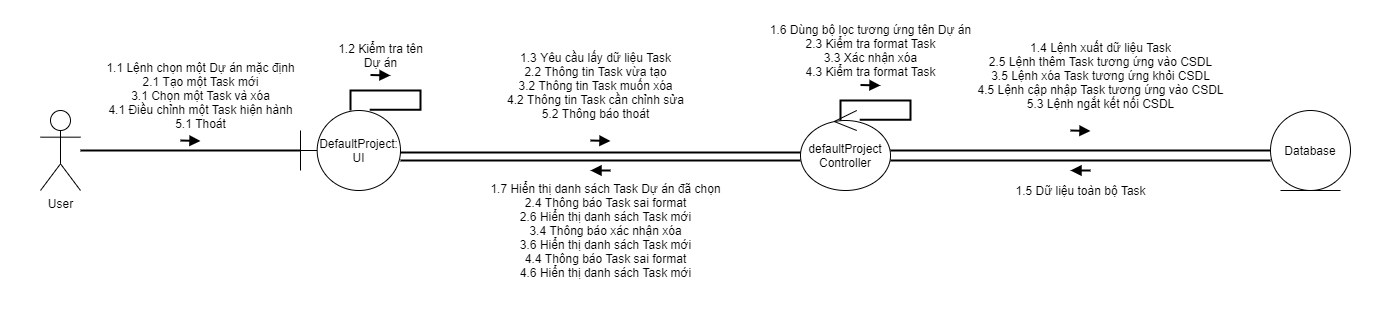
This is ToDoApp-Doc/Document/Diagram/Collaboration Diagram/DefaultProjectManagement/CollaborationDiagram_DefaultProjectManagement.png from Merevoli-DatLuu/To-Do-App, a draw.io export, as it was before one commit. Source tidied: cells renumbered, new cells last; positions are measured from the earlier drawing's top-left corner, leaving out a move shared by most shapes.
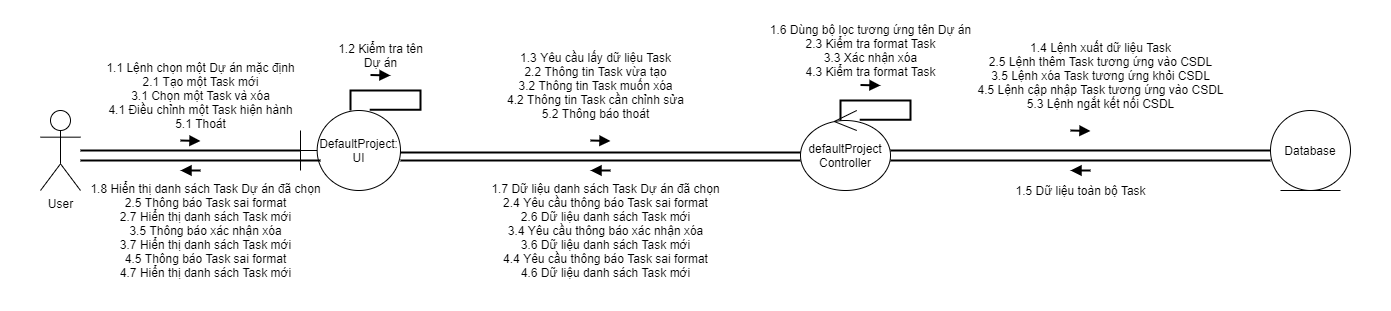
After the commit.

Commit message:
[TODO-53]-[Modified]: DefaultProjectManagement Collab Diagram

What changed in the source:
```diff
@@ -68,8 +68,8 @@
         <mxPoint x="610" y="170" as="targetPoint" />
       </mxGeometry>
     </mxCell>
-    <mxCell id="18" value="1.7 Hiển thị danh sách Task Dự án đã chọn&lt;br&gt;2.4 Thông báo Task sai format&lt;br&gt;2.6 Hiển thị danh sách Task mới&lt;br&gt;3.4 Thông báo xác nhận xóa&lt;br&gt;3.6 Hiển thị danh sách Task mới&lt;br&gt;4.4 Thông báo Task sai format&lt;br&gt;4.6 Hiển thị danh sách Task mới" style="text;html=1;align=center;verticalAlign=middle;" parent="1" vertex="1">
-      <mxGeometry x="480" y="180" width="250" height="100" as="geometry" />
+    <mxCell id="18" value="1.7 Dữ liệu danh sách Task Dự án đã chọn&lt;br&gt;2.4 Yêu cầu thông báo Task sai format&lt;br&gt;2.6 Dữ liệu danh sách Task mới&lt;br&gt;3.4 Yêu cầu thông báo xác nhận xóa&lt;br&gt;3.6 Dữ liệu danh sách Task mới&lt;br&gt;4.4 Yêu cầu thông báo Task sai format&lt;br&gt;4.6 Dữ liệu danh sách Task mới" style="text;html=1;align=center;verticalAlign=middle;" parent="1" vertex="1">
+      <mxGeometry x="485" y="180" width="240" height="100" as="geometry" />
     </mxCell>
     <mxCell id="19" style="edgeStyle=orthogonalEdgeStyle;rounded=0;orthogonalLoop=1;jettySize=auto;html=1;entryX=0.692;entryY=-0.01;entryDx=0;entryDy=0;entryPerimeter=0;strokeWidth=2;endArrow=none;endFill=0;" parent="1" edge="1">
       <mxGeometry relative="1" as="geometry">
@@ -115,5 +115,17 @@
     <mxCell id="27" value="1.5 Dữ liệu toàn bộ Task" style="text;html=1;align=center;verticalAlign=middle;" parent="1" vertex="1">
       <mxGeometry x="1005" y="180" width="150" height="20" as="geometry" />
     </mxCell>
+    <mxCell id="28" style="line;strokeWidth=2;fillColor=none;align=left;verticalAlign=middle;spacingTop=-1;spacingLeft=3;spacingRight=3;labelPosition=right;" parent="1" vertex="1">
+      <mxGeometry x="80" y="156" width="240" height="8" as="geometry" />
+    </mxCell>
+    <mxCell id="29" style="endArrow=none;html=1;startArrow=block;startFill=1;endFill=0;strokeWidth=2;rounded=0;" parent="1" edge="1">
+      <mxGeometry relative="1" as="geometry">
+        <mxPoint x="180" y="170" as="sourcePoint" />
+        <mxPoint x="200" y="170" as="targetPoint" />
+      </mxGeometry>
+    </mxCell>
+    <mxCell id="30" value="1.8 Hiển thị danh sách Task Dự án đã chọn&lt;br&gt;2.5 Thông báo Task sai format&lt;br&gt;2.7 Hiển thị danh sách Task mới&lt;br&gt;3.5 Thông báo xác nhận xóa&lt;br&gt;3.7 Hiển thị danh sách Task mới&lt;br&gt;4.5 Thông báo Task sai format&lt;br&gt;4.7 Hiển thị danh sách Task mới" style="text;html=1;align=center;verticalAlign=middle;" parent="1" vertex="1">
+      <mxGeometry x="80" y="180" width="250" height="100" as="geometry" />
+    </mxCell>
   </root>
 </mxGraphModel>
```
